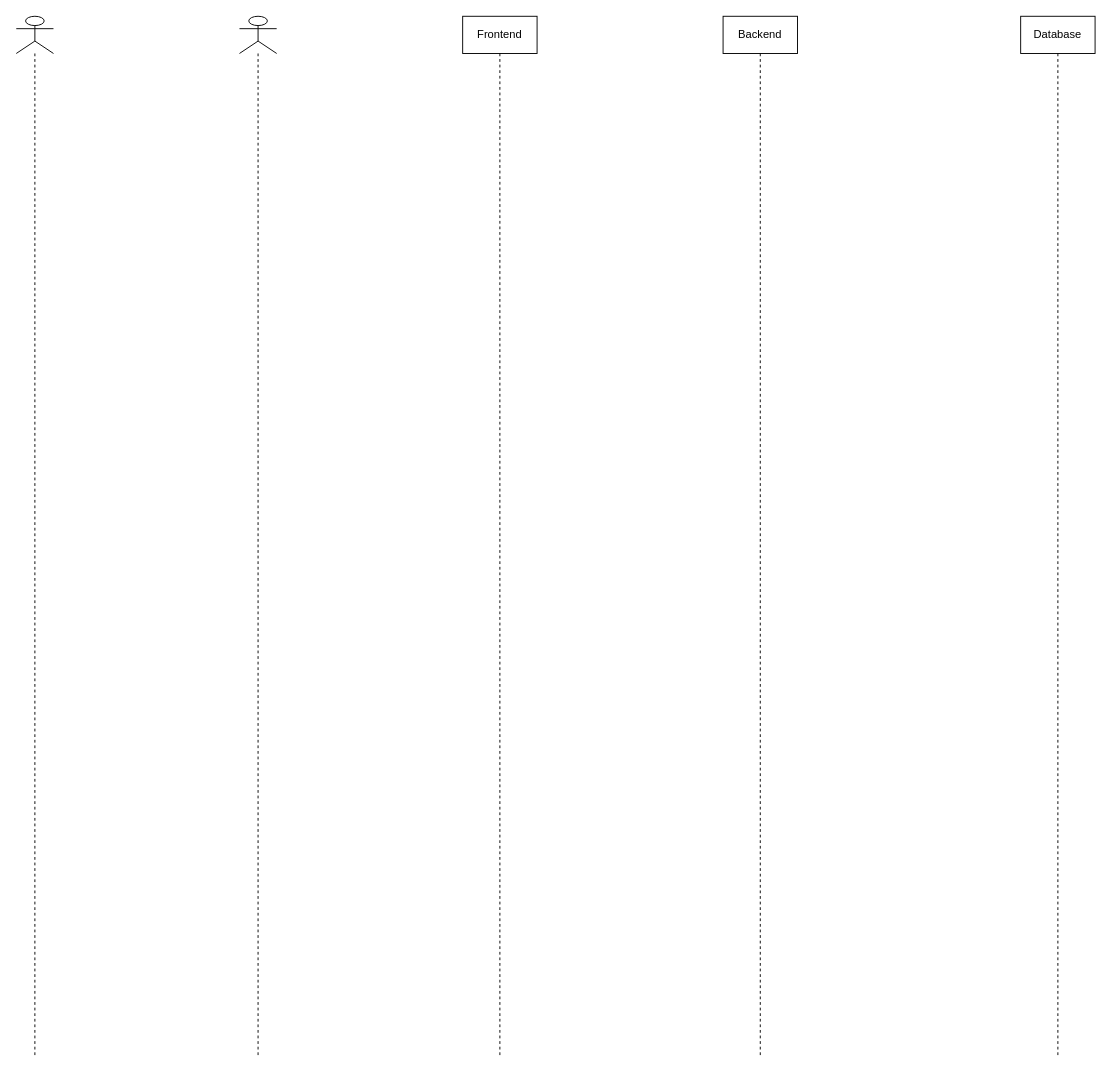
Gryfin123/diagrams_with_no_context keeps this draw.io diagram as s3_individual_project/game_sequence_diagram.drawio. Above is the earlier version. Source tidied: cells renumbered, new cells numbered last; positions are measured from the earlier drawing's top-left corner, leaving out a move shared by most shapes. Both pictures are drawn from the tidied source at 93%, with x=0, y=0 at pixel (16, 16).
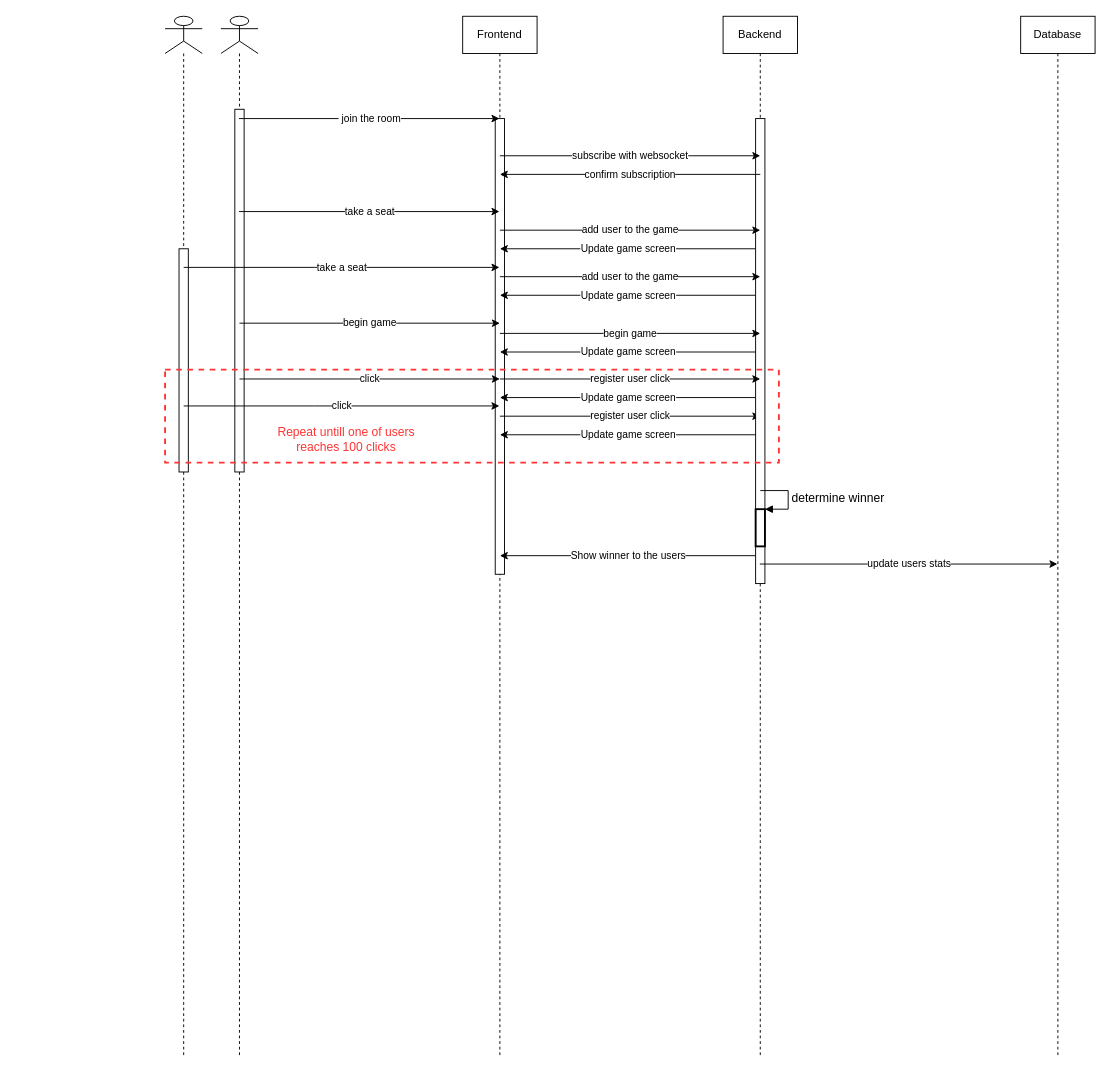
The same diagram, later.

The change refers to these unchanged cells:
```xml
<mxCell id="2" value="Frontend" style="shape=umlLifeline;perimeter=lifelinePerimeter;whiteSpace=wrap;html=1;outlineConnect=0;" parent="1" vertex="1">
  <mxGeometry x="480" width="80" height="1120" as="geometry" />
</mxCell>
<mxCell id="5" value="Backend" style="shape=umlLifeline;perimeter=lifelinePerimeter;whiteSpace=wrap;html=1;" parent="1" vertex="1">
  <mxGeometry x="760" width="80" height="1120" as="geometry" />
</mxCell>
```

Diff of the diagram source:
```diff
@@
-    <mxCell id="3" style="shape=umlLifeline;participant=umlActor;perimeter=lifelinePerimeter;whiteSpace=wrap;html=1;verticalAlign=top;spacingTop=36;" parent="1" vertex="1">
-      <mxGeometry width="40" height="1120" as="geometry" />
-    </mxCell>
+    <mxCell id="7" style="html=1;perimeter=orthogonalPerimeter;" parent="2" vertex="1">
+      <mxGeometry x="35" y="110" width="10" height="490" as="geometry" />
+    </mxCell>
+    <mxCell id="8" value="Update game screen" style="endArrow=none;html=1;rounded=0;endFill=0;startArrow=classic;startFill=1;" parent="2" edge="1">
+      <mxGeometry relative="1" as="geometry">
+        <mxPoint x="40" y="410" as="sourcePoint" />
+        <mxPoint x="315" y="410" as="targetPoint" />
+      </mxGeometry>
+    </mxCell>
+    <mxCell id="9" value="register user click" style="endArrow=classic;html=1;rounded=0;" parent="2" edge="1">
+      <mxGeometry relative="1" as="geometry">
+        <mxPoint x="40" y="430" as="sourcePoint" />
+        <mxPoint x="320" y="430" as="targetPoint" />
+        <Array as="points">
+          <mxPoint x="180.5" y="430" />
+        </Array>
+      </mxGeometry>
+    </mxCell>
     <mxCell id="4" style="shape=umlLifeline;participant=umlActor;perimeter=lifelinePerimeter;whiteSpace=wrap;html=1;verticalAlign=top;spacingTop=36;outlineConnect=0;" parent="1" vertex="1">
-      <mxGeometry x="240" width="40" height="1120" as="geometry" />
+      <mxGeometry x="220" width="40" height="1120" as="geometry" />
     </mxCell>
+    <mxCell id="10" style="html=1;perimeter=orthogonalPerimeter;" parent="4" vertex="1">
+      <mxGeometry x="15" y="100" width="10" height="390" as="geometry" />
+    </mxCell>
@@
+    <mxCell id="11" style="html=1;perimeter=orthogonalPerimeter;" parent="5" vertex="1">
+      <mxGeometry x="35" y="110" width="10" height="500" as="geometry" />
+    </mxCell>
+    <mxCell id="12" style="html=1;points=[];perimeter=orthogonalPerimeter;fontSize=13;fontColor=#000000;strokeColor=#000000;strokeWidth=2;fillColor=none;" parent="5" vertex="1">
+      <mxGeometry x="35" y="530" width="10" height="40" as="geometry" />
+    </mxCell>
+    <mxCell id="13" value="determine winner" style="edgeStyle=orthogonalEdgeStyle;html=1;align=left;spacingLeft=2;endArrow=block;rounded=0;entryX=1;entryY=0;fontSize=13;fontColor=#000000;strokeColor=#000000;" parent="5" edge="1" target="12">
+      <mxGeometry relative="1" as="geometry">
+        <mxPoint x="40" y="510" as="sourcePoint" />
+        <Array as="points">
+          <mxPoint x="70" y="510" />
+        </Array>
+      </mxGeometry>
+    </mxCell>
@@
+    <mxCell id="14" value="take a seat" style="endArrow=classic;html=1;rounded=0;" parent="1" edge="1" source="4" target="2">
+      <mxGeometry relative="1" as="geometry">
+        <Array as="points">
+          <mxPoint x="380" y="210" />
+        </Array>
+      </mxGeometry>
+    </mxCell>
+    <mxCell id="15" value="&amp;nbsp;join the room " style="endArrow=classic;html=1;rounded=0;" parent="1" edge="1" source="4" target="2">
+      <mxGeometry relative="1" as="geometry">
+        <Array as="points">
+          <mxPoint x="410" y="110" />
+        </Array>
+      </mxGeometry>
+    </mxCell>
+    <mxCell id="16" value="&lt;div&gt;subscribe with websocket&lt;/div&gt;" style="endArrow=classic;html=1;rounded=0;" parent="1" edge="1">
+      <mxGeometry relative="1" as="geometry">
+        <mxPoint x="520" y="150" as="sourcePoint" />
+        <mxPoint x="800" y="150" as="targetPoint" />
+        <Array as="points">
+          <mxPoint x="690.5" y="150" />
+        </Array>
+      </mxGeometry>
+    </mxCell>
+    <mxCell id="17" value="&lt;div&gt;confirm subscription&lt;br&gt;&lt;/div&gt;" style="endArrow=none;html=1;rounded=0;endFill=0;startArrow=classic;startFill=1;" parent="1" edge="1">
+      <mxGeometry relative="1" as="geometry">
+        <mxPoint x="520" y="170" as="sourcePoint" />
+        <mxPoint x="800" y="170" as="targetPoint" />
+        <Array as="points">
+          <mxPoint x="690.5" y="170" />
+        </Array>
+      </mxGeometry>
+    </mxCell>
+    <mxCell id="18" value="add user to the game" style="endArrow=classic;html=1;rounded=0;" parent="1" edge="1">
+      <mxGeometry relative="1" as="geometry">
+        <mxPoint x="520" y="230" as="sourcePoint" />
+        <mxPoint x="800" y="230" as="targetPoint" />
+        <Array as="points">
+          <mxPoint x="660.5" y="230" />
+        </Array>
+      </mxGeometry>
+    </mxCell>
+    <mxCell id="19" value="Update game screen" style="endArrow=none;html=1;rounded=0;endFill=0;startArrow=classic;startFill=1;" parent="1" edge="1">
+      <mxGeometry relative="1" as="geometry">
+        <mxPoint x="520" y="250" as="sourcePoint" />
+        <mxPoint x="795" y="250" as="targetPoint" />
+      </mxGeometry>
+    </mxCell>
+    <mxCell id="20" style="shape=umlLifeline;participant=umlActor;perimeter=lifelinePerimeter;whiteSpace=wrap;html=1;verticalAlign=top;spacingTop=36;" parent="1" vertex="1">
+      <mxGeometry x="160" width="40" height="1120" as="geometry" />
+    </mxCell>
+    <mxCell id="21" style="html=1;perimeter=orthogonalPerimeter;" parent="20" vertex="1">
+      <mxGeometry x="15" y="250" width="10" height="240" as="geometry" />
+    </mxCell>
+    <mxCell id="22" value="take a seat" style="endArrow=classic;html=1;rounded=0;" parent="1" edge="1" target="2">
+      <mxGeometry relative="1" as="geometry">
+        <mxPoint x="180" y="270" as="sourcePoint" />
+        <Array as="points">
+          <mxPoint x="320.5" y="270" />
+        </Array>
+      </mxGeometry>
+    </mxCell>
+    <mxCell id="23" value="add user to the game" style="endArrow=classic;html=1;rounded=0;" parent="1" edge="1">
+      <mxGeometry relative="1" as="geometry">
+        <mxPoint x="520" y="280" as="sourcePoint" />
+        <mxPoint x="800" y="280" as="targetPoint" />
+        <Array as="points">
+          <mxPoint x="660.5" y="280" />
+        </Array>
+      </mxGeometry>
+    </mxCell>
+    <mxCell id="24" value="Update game screen" style="endArrow=none;html=1;rounded=0;endFill=0;startArrow=classic;startFill=1;" parent="1" edge="1">
+      <mxGeometry relative="1" as="geometry">
+        <mxPoint x="520" y="300" as="sourcePoint" />
+        <mxPoint x="795" y="300" as="targetPoint" />
+      </mxGeometry>
+    </mxCell>
+    <mxCell id="25" value="begin game" style="endArrow=classic;html=1;rounded=0;" parent="1" edge="1">
+      <mxGeometry relative="1" as="geometry">
+        <mxPoint x="240" y="330" as="sourcePoint" />
+        <mxPoint x="520" y="330" as="targetPoint" />
+        <Array as="points">
+          <mxPoint x="380.5" y="330" />
+        </Array>
+      </mxGeometry>
+    </mxCell>
+    <mxCell id="26" value="begin game" style="endArrow=classic;html=1;rounded=0;" parent="1" edge="1">
+      <mxGeometry relative="1" as="geometry">
+        <mxPoint x="520" y="341" as="sourcePoint" />
+        <mxPoint x="800" y="341" as="targetPoint" />
+        <Array as="points">
+          <mxPoint x="660.5" y="341" />
+        </Array>
+      </mxGeometry>
+    </mxCell>
+    <mxCell id="27" value="Update game screen" style="endArrow=none;html=1;rounded=0;endFill=0;startArrow=classic;startFill=1;" parent="1" edge="1">
+      <mxGeometry relative="1" as="geometry">
+        <mxPoint x="520" y="361" as="sourcePoint" />
+        <mxPoint x="795" y="361" as="targetPoint" />
+      </mxGeometry>
+    </mxCell>
+    <mxCell id="28" value="click" style="endArrow=classic;html=1;rounded=0;" parent="1" edge="1">
+      <mxGeometry relative="1" as="geometry">
+        <mxPoint x="240" y="390" as="sourcePoint" />
+        <mxPoint x="520" y="390" as="targetPoint" />
+        <Array as="points">
+          <mxPoint x="380.5" y="390" />
+        </Array>
+      </mxGeometry>
+    </mxCell>
+    <mxCell id="29" value="click" style="endArrow=classic;html=1;rounded=0;" parent="1" edge="1">
+      <mxGeometry relative="1" as="geometry">
+        <mxPoint x="180" y="419" as="sourcePoint" />
+        <mxPoint x="519.5" y="419" as="targetPoint" />
+        <Array as="points">
+          <mxPoint x="320.5" y="419" />
+        </Array>
+      </mxGeometry>
+    </mxCell>
+    <mxCell id="30" value="register user click" style="endArrow=classic;html=1;rounded=0;" parent="1" edge="1">
+      <mxGeometry relative="1" as="geometry">
+        <mxPoint x="520" y="390" as="sourcePoint" />
+        <mxPoint x="800" y="390" as="targetPoint" />
+        <Array as="points">
+          <mxPoint x="660.5" y="390" />
+        </Array>
+      </mxGeometry>
+    </mxCell>
+    <mxCell id="31" value="Update game screen" style="endArrow=none;html=1;rounded=0;endFill=0;startArrow=classic;startFill=1;" parent="1" edge="1">
+      <mxGeometry relative="1" as="geometry">
+        <mxPoint x="520" y="450" as="sourcePoint" />
+        <mxPoint x="795" y="450" as="targetPoint" />
+      </mxGeometry>
+    </mxCell>
+    <mxCell id="32" style="rounded=0;whiteSpace=wrap;html=1;dashed=1;strokeWidth=2;strokeColor=#FF3333;fillColor=none;" parent="1" vertex="1">
+      <mxGeometry x="160" y="380" width="660" height="100" as="geometry" />
+    </mxCell>
+    <mxCell id="33" value="Repeat untill one of users reaches 100 clicks" style="text;html=1;strokeColor=none;fillColor=none;align=center;verticalAlign=middle;whiteSpace=wrap;rounded=0;dashed=1;fontStyle=0;fontSize=13;fontColor=#FF3333;" parent="1" vertex="1">
+      <mxGeometry x="260" y="440" width="190" height="30" as="geometry" />
+    </mxCell>
+    <mxCell id="34" value="Show winner to the users" style="endArrow=none;html=1;rounded=0;endFill=0;startArrow=classic;startFill=1;" parent="1" edge="1">
+      <mxGeometry relative="1" as="geometry">
+        <mxPoint x="520" y="580" as="sourcePoint" />
+        <mxPoint x="795" y="580" as="targetPoint" />
+      </mxGeometry>
+    </mxCell>
+    <mxCell id="35" value="update users stats" style="endArrow=classic;html=1;rounded=0;" parent="1" edge="1">
+      <mxGeometry relative="1" as="geometry">
+        <mxPoint x="799.5" y="589" as="sourcePoint" />
+        <mxPoint x="1119.5" y="589" as="targetPoint" />
+        <Array as="points">
+          <mxPoint x="940.5" y="589" />
+        </Array>
+      </mxGeometry>
+    </mxCell>
```
